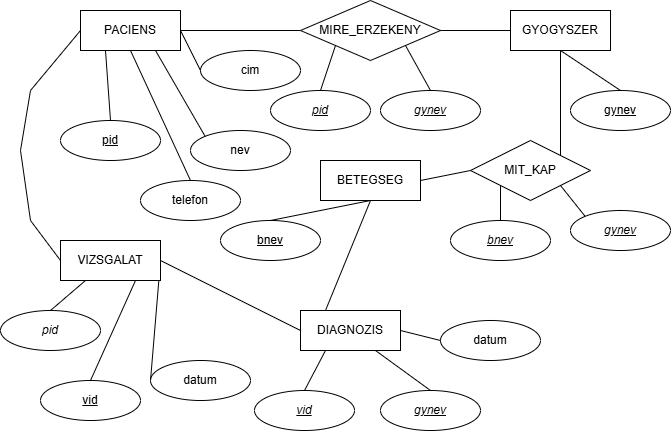
Earlier version of the draw.io export Weboldal/pics/orvosi_er-modell.drawio.png (lovasij/szrempzs). Source tidied: cells renumbered, new cells last; positions are measured from the earlier drawing's top-left corner, leaving out a move shared by most shapes.
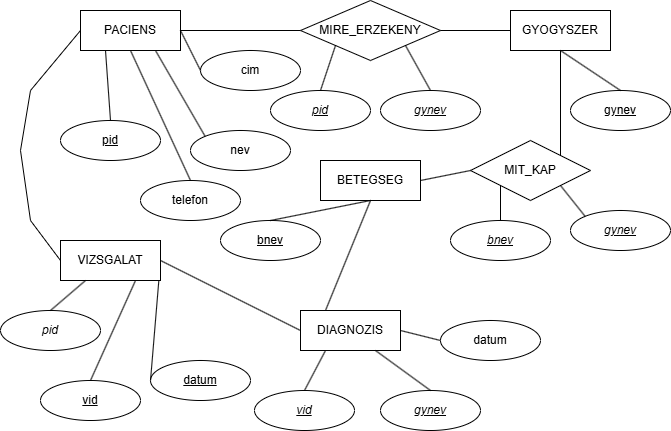
After the commit.

What changed in the source:
```diff
@@ -29,7 +29,7 @@
     <mxCell id="10" value="&lt;i&gt;pid&lt;/i&gt;" style="ellipse;whiteSpace=wrap;html=1;align=center;" parent="1" vertex="1">
       <mxGeometry y="310" width="100" height="40" as="geometry" />
     </mxCell>
-    <mxCell id="11" value="datum" style="ellipse;whiteSpace=wrap;html=1;align=center;" parent="1" vertex="1">
+    <mxCell id="11" value="&lt;u&gt;datum&lt;/u&gt;" style="ellipse;whiteSpace=wrap;html=1;align=center;" parent="1" vertex="1">
       <mxGeometry x="150" y="360" width="100" height="40" as="geometry" />
     </mxCell>
     <mxCell id="12" value="gynev" style="ellipse;whiteSpace=wrap;html=1;align=center;fontStyle=4;" parent="1" vertex="1">
```
